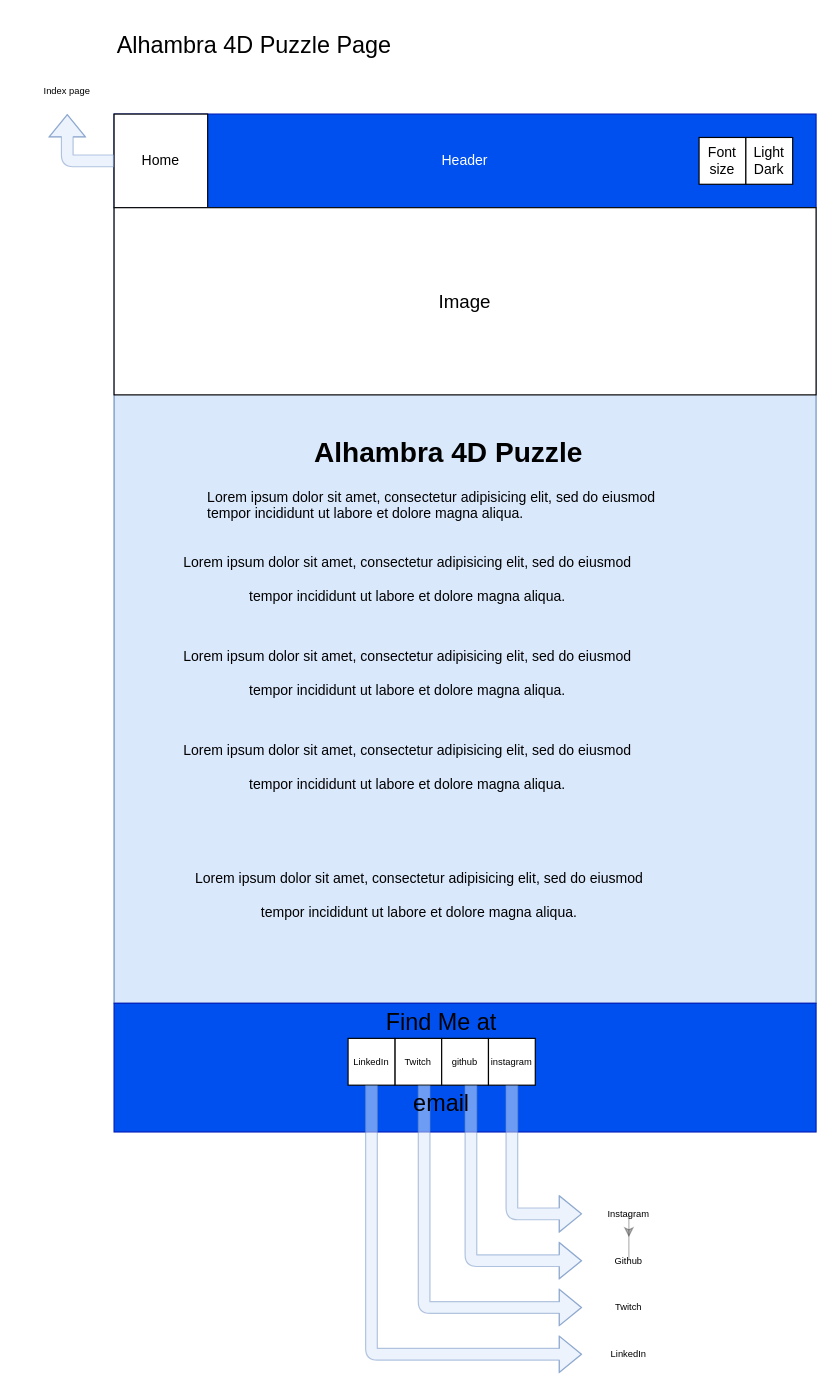
louie-jones-strong/louie-jones-strong.github.io keeps this draw.io diagram as page "Puzzle" (4 of 5) of Assets/Diagrams/Wireframe.drawio. Above is the earlier version. Source tidied: cells renumbered, new cells numbered last; positions are measured from the earlier drawing's top-left corner, leaving out a move shared by most shapes. Both pictures are drawn from the tidied source at 117%, with x=0, y=0 at pixel (20, 20).
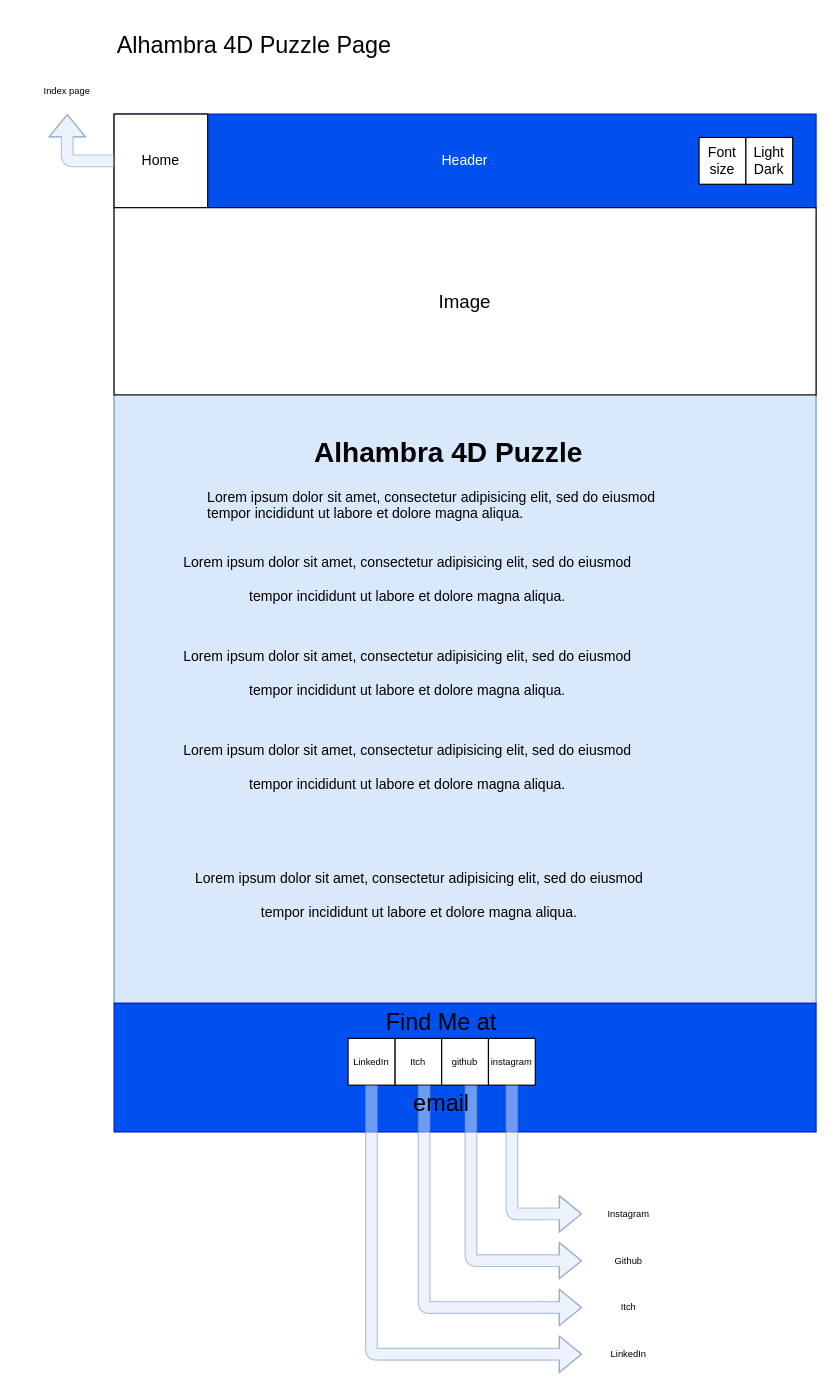
After the change.

Commit message (it also covers changes not shown here):
Image Borders added. Twitch changed to Itch.

Unchanged cells that the change refers to:
```xml
<mxCell id="18" value="Instagram" style="text;html=1;strokeColor=none;fillColor=none;align=center;verticalAlign=middle;whiteSpace=wrap;rounded=0;fontSize=8;" parent="1" vertex="1">
  <mxGeometry x="480" y="1000" width="80" height="40" as="geometry" />
</mxCell>
<mxCell id="23" value="Github" style="text;html=1;strokeColor=none;fillColor=none;align=center;verticalAlign=middle;whiteSpace=wrap;rounded=0;fontSize=8;" parent="1" vertex="1">
  <mxGeometry x="480" y="1040" width="80" height="40" as="geometry" />
</mxCell>
```

Diff of the diagram source:
```diff
@@
-    <mxCell id="12" value="Twitch" style="rounded=0;whiteSpace=wrap;html=1;fontSize=8;align=center;" parent="1" vertex="1">
+    <mxCell id="12" value="Itch" style="rounded=0;whiteSpace=wrap;html=1;fontSize=8;align=center;" parent="1" vertex="1">
       <mxGeometry x="320" y="870" width="40" height="40" as="geometry" />
     </mxCell>
@@
-    <mxCell id="17" style="edgeStyle=orthogonalEdgeStyle;rounded=0;jettySize=auto;html=1;exitX=0.5;exitY=1;exitDx=0;exitDy=0;labelBackgroundColor=none;fontSize=8;fillColor=#ffffff;opacity=30;" parent="1" edge="1" source="18" target="23">
-      <mxGeometry relative="1" as="geometry" />
-    </mxCell>
@@
-    <mxCell id="24" value="Twitch" style="text;html=1;strokeColor=none;fillColor=none;align=center;verticalAlign=middle;whiteSpace=wrap;rounded=0;fontSize=8;" parent="1" vertex="1">
+    <mxCell id="24" value="Itch" style="text;html=1;strokeColor=none;fillColor=none;align=center;verticalAlign=middle;whiteSpace=wrap;rounded=0;fontSize=8;" parent="1" vertex="1">
       <mxGeometry x="480" y="1080" width="80" height="40" as="geometry" />
     </mxCell>
```
